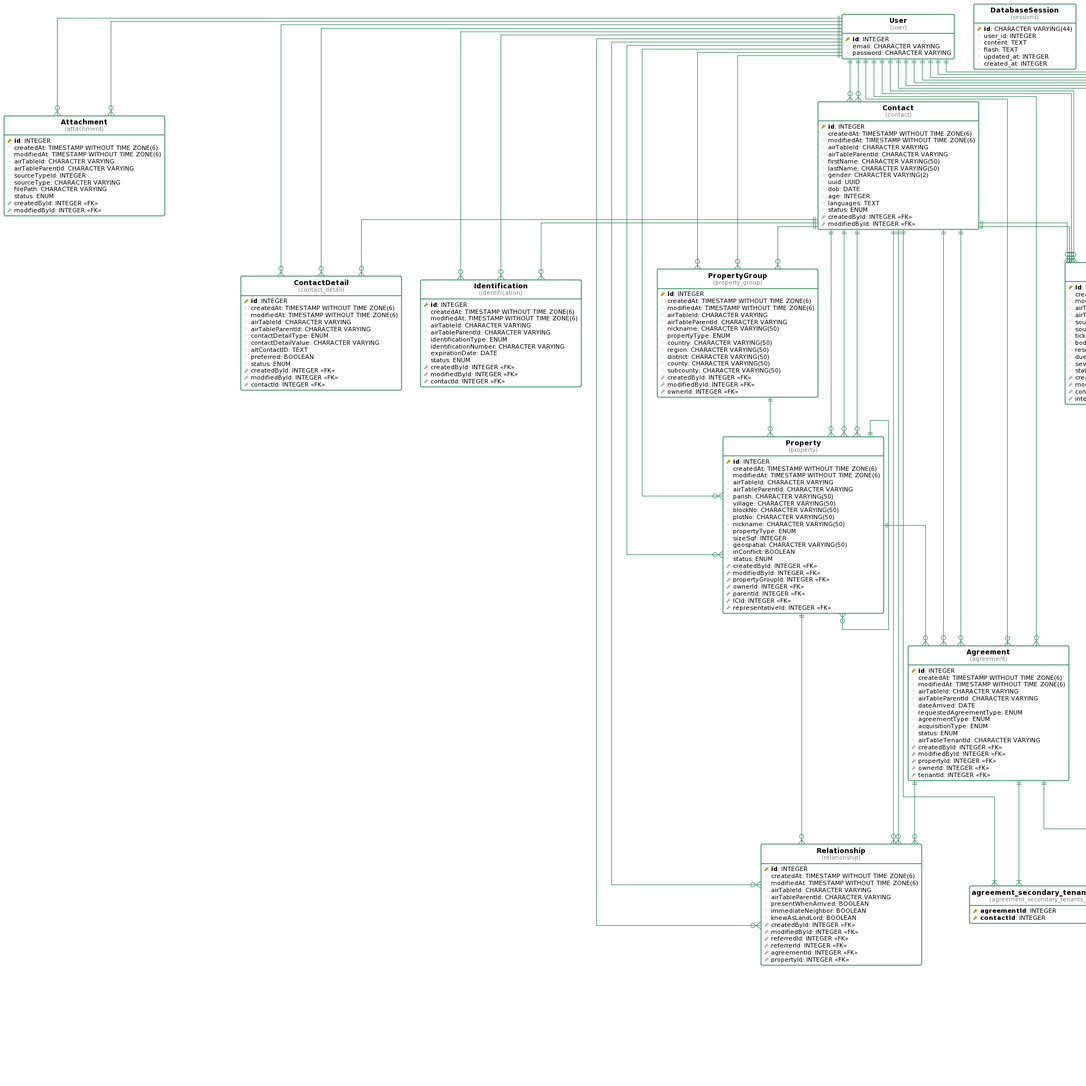
Mwimwii/esapp-bb keeps this PlantUML diagram as docs/database-uml.png. Above is the earlier version.
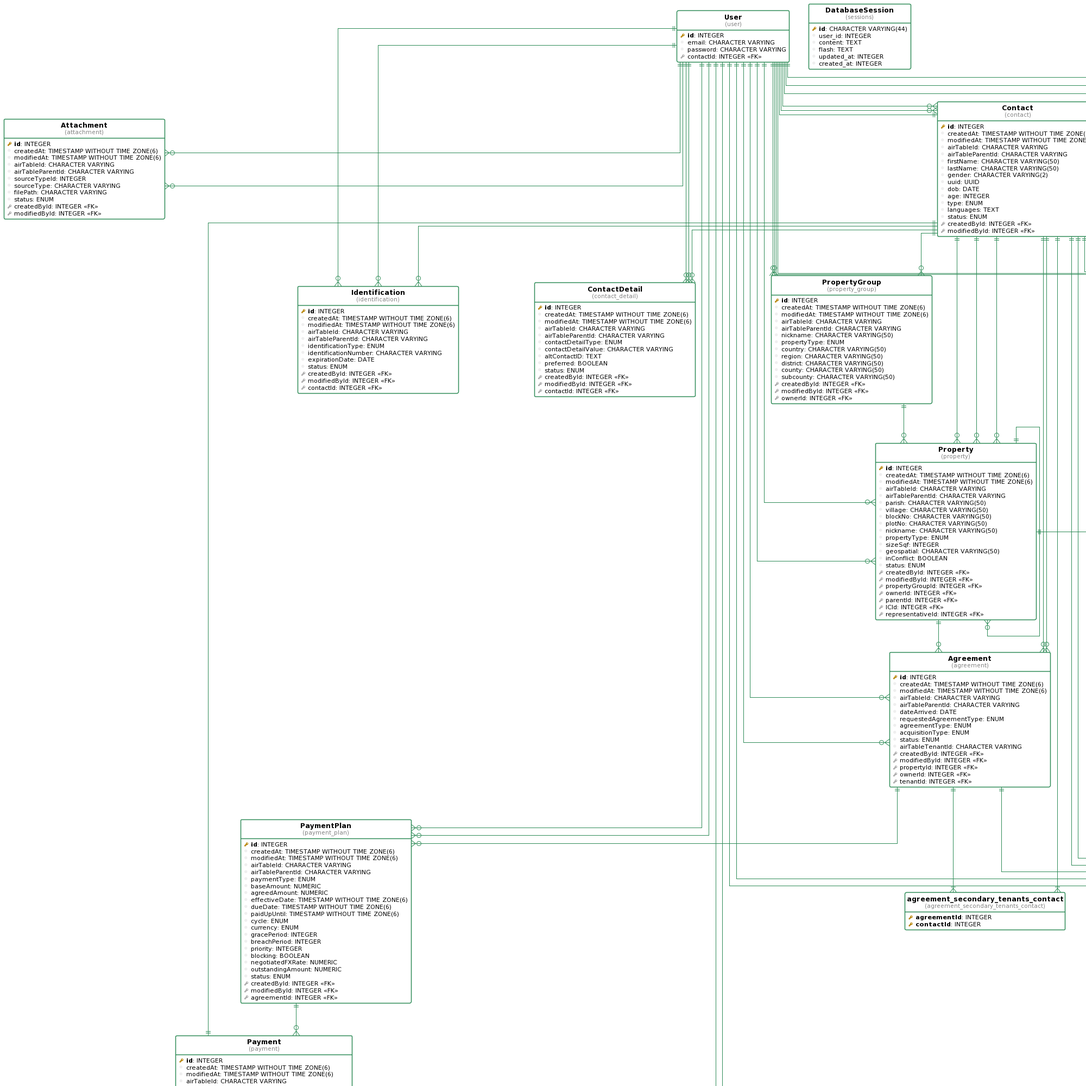
After the change.

Change to the diagram source:
```diff
@@ -27,6 +27,7 @@
   pkey( id ): INTEGER
   column( email ): CHARACTER VARYING
   column( password ): CHARACTER VARYING
+  fkey( contactId ): INTEGER <<FK>>
 }
 
 table( DatabaseSession, sessions ) as sessions {
@@ -52,6 +53,21 @@
   fkey( modifiedById ): INTEGER <<FK>>
 }
 
+table( Identification, identification ) as identification {
+  pkey( id ): INTEGER
+  column( createdAt ): TIMESTAMP WITHOUT TIME ZONE(6)
+  column( modifiedAt ): TIMESTAMP WITHOUT TIME ZONE(6)
+  column( airTableId ): CHARACTER VARYING
+  column( airTableParentId ): CHARACTER VARYING
+  column( identificationType ): ENUM
+  column( identificationNumber ): CHARACTER VARYING
+  column( expirationDate ): DATE
+  column( status ): ENUM
+  fkey( createdById ): INTEGER <<FK>>
+  fkey( modifiedById ): INTEGER <<FK>>
+  fkey( contactId ): INTEGER <<FK>>
+}
+
 table( Contact, contact ) as contact {
   pkey( id ): INTEGER
   column( createdAt ): TIMESTAMP WITHOUT TIME ZONE(6)
@@ -64,6 +80,7 @@
   column( uuid ): UUID
   column( dob ): DATE
   column( age ): INTEGER
+  column( type ): ENUM
   column( languages ): TEXT
   column( status ): ENUM
   fkey( createdById ): INTEGER <<FK>>
@@ -80,21 +97,6 @@
   column( contactDetailValue ): CHARACTER VARYING
   column( altContactID ): TEXT
   column( preferred ): BOOLEAN
-  column( status ): ENUM
-  fkey( createdById ): INTEGER <<FK>>
-  fkey( modifiedById ): INTEGER <<FK>>
-  fkey( contactId ): INTEGER <<FK>>
-}
-
-table( Identification, identification ) as identification {
-  pkey( id ): INTEGER
-  column( createdAt ): TIMESTAMP WITHOUT TIME ZONE(6)
-  column( modifiedAt ): TIMESTAMP WITHOUT TIME ZONE(6)
-  column( airTableId ): CHARACTER VARYING
-  column( airTableParentId ): CHARACTER VARYING
-  column( identificationType ): ENUM
-  column( identificationNumber ): CHARACTER VARYING
-  column( expirationDate ): DATE
   column( status ): ENUM
   fkey( createdById ): INTEGER <<FK>>
   fkey( modifiedById ): INTEGER <<FK>>
@@ -120,6 +122,7 @@
   fkey( createdById ): INTEGER <<FK>>
   fkey( modifiedById ): INTEGER <<FK>>
   fkey( paymentPlanId ): INTEGER <<FK>>
+  fkey( contactId ): INTEGER <<FK>>
   pkey( verifiedById ): INTEGER
   column( verifiedByEmail ): CHARACTER VARYING
   column( verifiedByPassword ): CHARACTER VARYING
@@ -270,19 +273,21 @@
   pkey( contactId ): INTEGER
 }
 
+"contact" ||--|| "user"
 "user" ||--o{ "attachment"
 "user" ||--o{ "attachment"
+"user" ||--o{ "identification"
+"user" ||--o{ "identification"
+"contact" ||--o{ "identification"
 "user" ||--o{ "contact"
 "user" ||--o{ "contact"
 "user" ||--o{ "contact_detail"
 "user" ||--o{ "contact_detail"
 "contact" ||--o{ "contact_detail"
-"user" ||--o{ "identification"
-"user" ||--o{ "identification"
-"contact" ||--o{ "identification"
 "user" ||--o{ "payment"
 "user" ||--o{ "payment"
 "payment_plan" ||--o{ "payment"
+"contact" ||--|| "payment"
 "user" ||--o{ "payment_plan"
 "user" ||--o{ "payment_plan"
 "agreement" ||--o{ "payment_plan"
```
